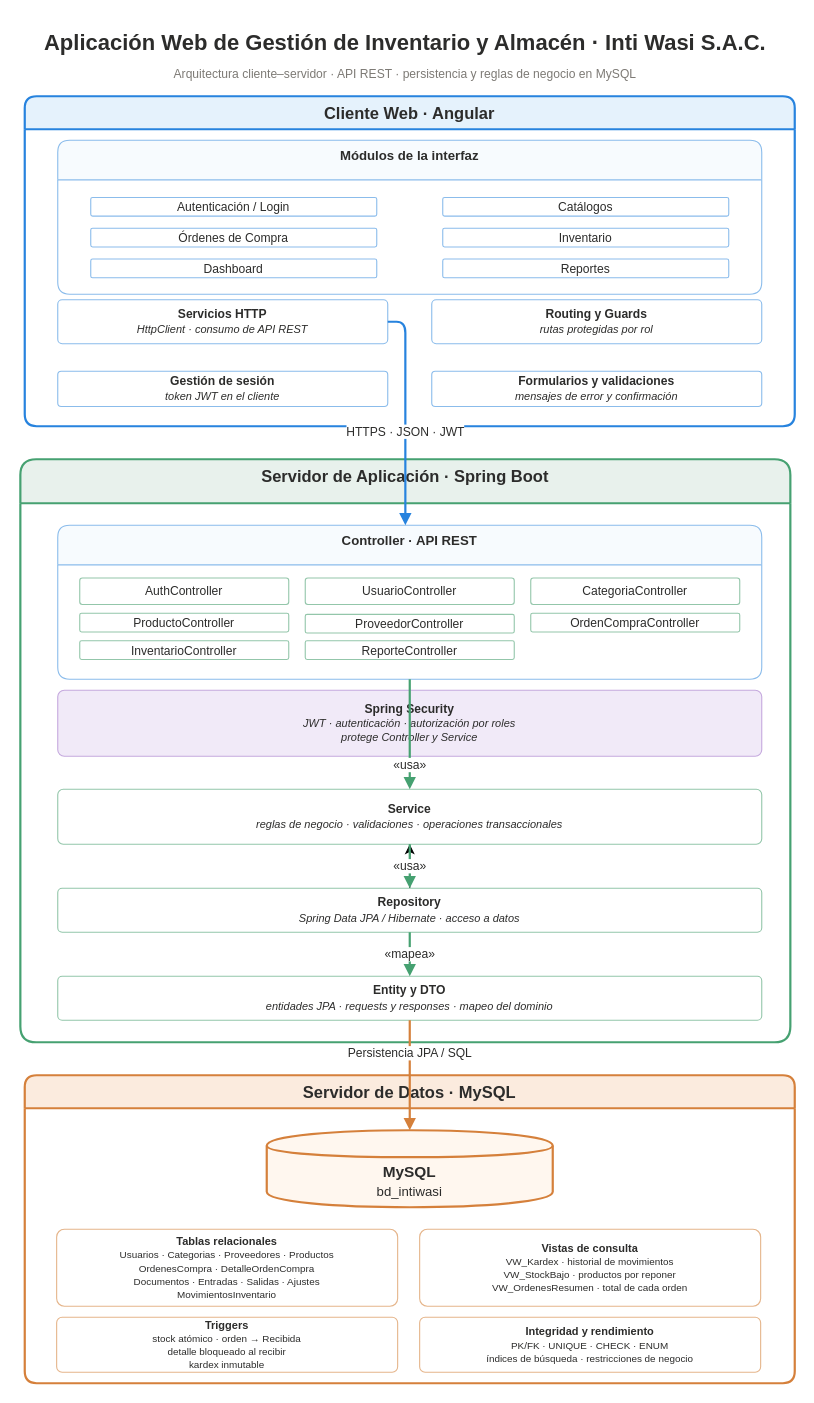
Earlier version of the draw.io diagram docs/diagramas/diagrama de paquetes/diagramas_paquetes_final.drawio (misaelandresvergaraoficial/Inti-Wasi). Source tidied: cells renumbered, new cells numbered last; positions are measured from the earlier drawing's top-left corner, leaving out a move shared by most shapes. Both pictures are drawn from the tidied source at 110%, with x=0, y=0 at pixel (20, 19).
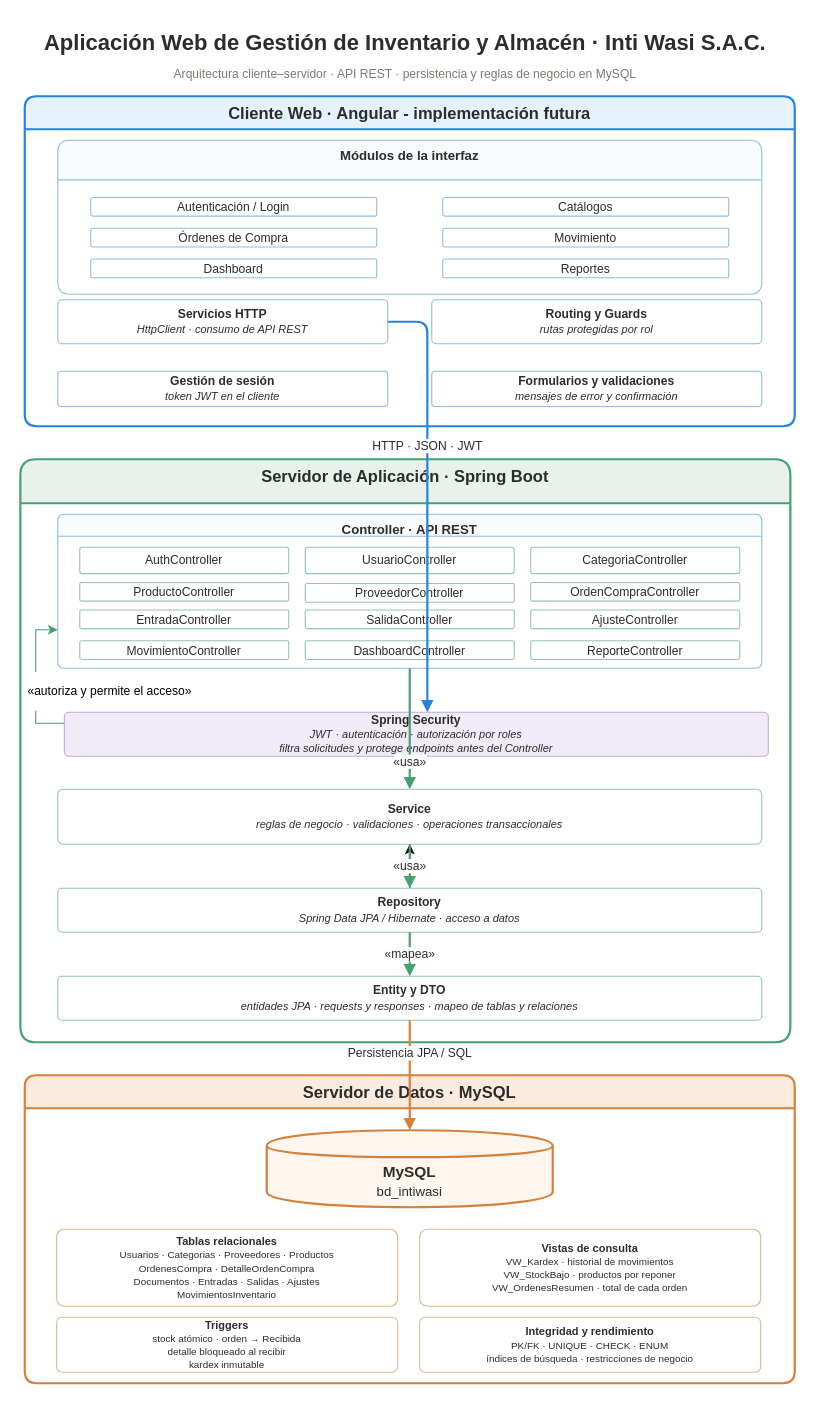
The same page after the edit.

Commit message (it also covers changes not shown here):
Documentos actualizados y diagramas finales listo para Main

Unchanged cells that the change refers to:
```xml
<mxCell id="5" value="Módulos de la interfaz" style="swimlane;startSize=36;rounded=1;arcSize=10;fillColor=#F7FBFE;strokeColor=#8BBCEB;strokeWidth=1;fontColor=#2C2C2B;fontStyle=1;fontSize=12;horizontal=1;align=center;verticalAlign=top;whiteSpace=wrap;" parent="4" vertex="1">
  <mxGeometry x="30" y="40" width="640" height="140" as="geometry" />
</mxCell>
<mxCell id="12" value="&lt;b&gt;Servicios HTTP&lt;/b&gt;&lt;br&gt;&lt;font style=&quot;font-size:10px;font-style:italic;&quot;&gt;HttpClient · consumo de API REST&lt;/font&gt;" style="rounded=1;whiteSpace=wrap;html=1;fillColor=#FFFFFF;strokeColor=#8BBCEB;fontColor=#2C2C2B;fontSize=11;spacing=8;arcSize=10;" parent="4" vertex="1">
  <mxGeometry x="30" y="185" width="300" height="40" as="geometry" />
</mxCell>
<mxCell id="16" value="Servidor de Aplicación · Spring Boot" style="swimlane;startSize=40;rounded=1;arcSize=12;fillColor=#E8F1EC;strokeColor=#46A171;strokeWidth=2;fontColor=#2C2C2B;fontStyle=1;fontSize=15;horizontal=1;align=center;verticalAlign=top;whiteSpace=wrap;" parent="1" vertex="1">
  <mxGeometry y="400" width="700" height="530" as="geometry" />
</mxCell>
<mxCell id="27" value="&lt;b&gt;Service&lt;/b&gt;&lt;br&gt;&lt;font style=&quot;font-size:10px;font-style:italic;&quot;&gt;reglas de negocio · validaciones · operaciones transaccionales&lt;/font&gt;" style="rounded=1;whiteSpace=wrap;html=1;fillColor=#FFFFFF;strokeColor=#93C6AA;fontColor=#2C2C2B;fontSize=11;spacing=8;arcSize=10;" parent="16" vertex="1">
  <mxGeometry x="34" y="300" width="640" height="50" as="geometry" />
</mxCell>
```

Change to the diagram source:
```diff
@@
-    <mxCell id="4" value="Cliente Web · Angular" style="swimlane;startSize=30;rounded=1;arcSize=12;fillColor=#E5F2FC;strokeColor=#2783DE;strokeWidth=2;fontColor=#2C2C2B;fontStyle=1;fontSize=15;horizontal=1;align=center;verticalAlign=top;whiteSpace=wrap;" parent="1" vertex="1">
+    <mxCell id="4" value="Cliente Web · Angular - implementación futura" style="swimlane;startSize=30;rounded=1;arcSize=12;fillColor=#E5F2FC;strokeColor=#2783DE;strokeWidth=2;fontColor=#2C2C2B;fontStyle=1;fontSize=15;horizontal=1;align=center;verticalAlign=top;whiteSpace=wrap;" parent="1" vertex="1">
       <mxGeometry x="4" y="70" width="700" height="300" as="geometry" />
     </mxCell>
@@
-    <mxCell id="9" value="Inventario" style="rounded=1;whiteSpace=wrap;html=1;fillColor=#FFFFFF;strokeColor=#8BBCEB;fontColor=#2C2C2B;fontSize=11;spacing=8;arcSize=10;" parent="5" vertex="1">
+    <mxCell id="9" value="Movimiento" style="rounded=1;whiteSpace=wrap;html=1;fillColor=#FFFFFF;strokeColor=#8BBCEB;fontColor=#2C2C2B;fontSize=11;spacing=8;arcSize=10;" parent="5" vertex="1">
       <mxGeometry x="350" y="80" width="260" height="17" as="geometry" />
     </mxCell>
@@
-    <mxCell id="17" value="Controller · API REST" style="swimlane;startSize=36;rounded=1;arcSize=10;fillColor=#F7FBFE;strokeColor=#8BBCEB;strokeWidth=1;fontColor=#2C2C2B;fontStyle=1;fontSize=12;horizontal=1;align=center;verticalAlign=top;whiteSpace=wrap;" parent="16" vertex="1">
-      <mxGeometry x="34" y="60" width="640" height="140" as="geometry" />
+    <mxCell id="17" value="Controller · API REST" style="swimlane;startSize=20;rounded=1;arcSize=10;fillColor=#F7FBFE;strokeColor=#8BBCEB;strokeWidth=1;fontColor=#2C2C2B;fontStyle=1;fontSize=12;horizontal=1;align=center;verticalAlign=top;whiteSpace=wrap;" parent="16" vertex="1">
+      <mxGeometry x="34" y="50" width="640" height="140" as="geometry" />
     </mxCell>
     <mxCell id="18" value="AuthController" style="rounded=1;whiteSpace=wrap;html=1;fillColor=#FFFFFF;strokeColor=#93C6AA;fontColor=#2C2C2B;fontSize=11;spacing=8;arcSize=10;" parent="17" vertex="1">
-      <mxGeometry x="20" y="48" width="190" height="24" as="geometry" />
+      <mxGeometry x="20" y="30" width="190" height="24" as="geometry" />
     </mxCell>
     <mxCell id="19" value="UsuarioController" style="rounded=1;whiteSpace=wrap;html=1;fillColor=#FFFFFF;strokeColor=#93C6AA;fontColor=#2C2C2B;fontSize=11;spacing=8;arcSize=10;" parent="17" vertex="1">
-      <mxGeometry x="225" y="48" width="190" height="24" as="geometry" />
+      <mxGeometry x="225" y="30" width="190" height="24" as="geometry" />
     </mxCell>
     <mxCell id="20" value="CategoriaController" style="rounded=1;whiteSpace=wrap;html=1;fillColor=#FFFFFF;strokeColor=#93C6AA;fontColor=#2C2C2B;fontSize=11;spacing=8;arcSize=10;" parent="17" vertex="1">
-      <mxGeometry x="430" y="48" width="190" height="24" as="geometry" />
+      <mxGeometry x="430" y="30" width="190" height="24" as="geometry" />
     </mxCell>
     <mxCell id="21" value="ProductoController" style="rounded=1;whiteSpace=wrap;html=1;fillColor=#FFFFFF;strokeColor=#93C6AA;fontColor=#2C2C2B;fontSize=11;spacing=8;arcSize=10;" parent="17" vertex="1">
-      <mxGeometry x="20" y="80" width="190" height="17" as="geometry" />
+      <mxGeometry x="20" y="62" width="190" height="17" as="geometry" />
     </mxCell>
     <mxCell id="22" value="ProveedorController" style="rounded=1;whiteSpace=wrap;html=1;fillColor=#FFFFFF;strokeColor=#93C6AA;fontColor=#2C2C2B;fontSize=11;spacing=8;arcSize=10;" parent="17" vertex="1">
-      <mxGeometry x="225" y="81" width="190" height="17" as="geometry" />
+      <mxGeometry x="225" y="63" width="190" height="17" as="geometry" />
     </mxCell>
     <mxCell id="23" value="OrdenCompraController" style="rounded=1;whiteSpace=wrap;html=1;fillColor=#FFFFFF;strokeColor=#93C6AA;fontColor=#2C2C2B;fontSize=11;spacing=8;arcSize=10;" parent="17" vertex="1">
-      <mxGeometry x="430" y="80" width="190" height="17" as="geometry" />
+      <mxGeometry x="430" y="62" width="190" height="17" as="geometry" />
     </mxCell>
-    <mxCell id="24" value="InventarioController" style="rounded=1;whiteSpace=wrap;html=1;fillColor=#FFFFFF;strokeColor=#93C6AA;fontColor=#2C2C2B;fontSize=11;spacing=8;arcSize=10;" parent="17" vertex="1">
-      <mxGeometry x="20" y="105" width="190" height="17" as="geometry" />
+    <mxCell id="24" value="EntradaController" style="rounded=1;whiteSpace=wrap;html=1;fillColor=#FFFFFF;strokeColor=#93C6AA;fontColor=#2C2C2B;fontSize=11;spacing=8;arcSize=10;" parent="17" vertex="1">
+      <mxGeometry x="20" y="87" width="190" height="17" as="geometry" />
     </mxCell>
-    <mxCell id="25" value="ReporteController" style="rounded=1;whiteSpace=wrap;html=1;fillColor=#FFFFFF;strokeColor=#93C6AA;fontColor=#2C2C2B;fontSize=11;spacing=8;arcSize=10;" parent="17" vertex="1">
-      <mxGeometry x="225" y="105" width="190" height="17" as="geometry" />
+    <mxCell id="25" value="SalidaController" style="rounded=1;whiteSpace=wrap;html=1;fillColor=#FFFFFF;strokeColor=#93C6AA;fontColor=#2C2C2B;fontSize=11;spacing=8;arcSize=10;" parent="17" vertex="1">
+      <mxGeometry x="225" y="87" width="190" height="17" as="geometry" />
     </mxCell>
+    <mxCell id="42" value="AjusteController" style="rounded=1;whiteSpace=wrap;html=1;fillColor=#FFFFFF;strokeColor=#93C6AA;fontColor=#2C2C2B;fontSize=11;spacing=8;arcSize=10;" parent="17" vertex="1">
+      <mxGeometry x="430" y="87" width="190" height="17" as="geometry" />
+    </mxCell>
+    <mxCell id="43" value="MovimientoController" style="rounded=1;whiteSpace=wrap;html=1;fillColor=#FFFFFF;strokeColor=#93C6AA;fontColor=#2C2C2B;fontSize=11;spacing=8;arcSize=10;" parent="17" vertex="1">
+      <mxGeometry x="20" y="115" width="190" height="17" as="geometry" />
+    </mxCell>
+    <mxCell id="44" value="DashboardController" style="rounded=1;whiteSpace=wrap;html=1;fillColor=#FFFFFF;strokeColor=#93C6AA;fontColor=#2C2C2B;fontSize=11;spacing=8;arcSize=10;" parent="17" vertex="1">
+      <mxGeometry x="225" y="115" width="190" height="17" as="geometry" />
+    </mxCell>
+    <mxCell id="45" value="ReporteController" style="rounded=1;whiteSpace=wrap;html=1;fillColor=#FFFFFF;strokeColor=#93C6AA;fontColor=#2C2C2B;fontSize=11;spacing=8;arcSize=10;" parent="17" vertex="1">
+      <mxGeometry x="430" y="115" width="190" height="17" as="geometry" />
+    </mxCell>
+    <mxCell id="46" style="edgeStyle=orthogonalEdgeStyle;rounded=0;jettySize=auto;html=1;exitX=0;exitY=0.25;exitDx=0;exitDy=0;entryX=0;entryY=0.75;entryDx=0;entryDy=0;strokeColor=#46A171;" parent="16" edge="1" source="26" target="17">
+      <mxGeometry relative="1" as="geometry" />
+    </mxCell>
+    <mxCell id="47" value="&lt;p&gt;«autoriza y permite el acceso»&lt;/p&gt;&lt;p&gt;&lt;/p&gt;" style="edgeLabel;html=1;align=center;verticalAlign=middle;" parent="46" vertex="1">
+      <mxGeometry x="-0.06" relative="1" as="geometry">
+        <mxPoint x="66" y="6" as="offset" />
+      </mxGeometry>
+    </mxCell>
-    <mxCell id="26" value="&lt;b&gt;Spring Security&lt;/b&gt;&lt;br&gt;&lt;font style=&quot;font-size:10px;font-style:italic;&quot;&gt;JWT · autenticación · autorización por roles&lt;br&gt;protege Controller y Service&lt;/font&gt;" style="rounded=1;whiteSpace=wrap;html=1;fillColor=#F1EAF8;strokeColor=#C5A9DE;fontColor=#2C2C2B;fontSize=11;spacing=8;arcSize=10;" parent="16" vertex="1">
-      <mxGeometry x="34" y="210" width="640" height="60" as="geometry" />
+    <mxCell id="26" value="&lt;b&gt;Spring Security&lt;/b&gt;&lt;br&gt;&lt;font style=&quot;font-size:10px;font-style:italic;&quot;&gt;JWT · autenticación · autorización por roles&lt;br&gt;filtra solicitudes y protege endpoints antes del Controller&lt;/font&gt;" style="rounded=1;whiteSpace=wrap;html=1;fillColor=#F1EAF8;strokeColor=#C5A9DE;fontColor=#2C2C2B;fontSize=11;spacing=8;arcSize=10;" parent="16" vertex="1">
+      <mxGeometry x="40" y="230" width="640" height="40" as="geometry" />
     </mxCell>
@@
-    <mxCell id="30" value="&lt;b&gt;Entity y DTO&lt;/b&gt;&lt;br&gt;&lt;font style=&quot;font-size:10px;font-style:italic;&quot;&gt;entidades JPA · requests y responses · mapeo del dominio&lt;/font&gt;" style="rounded=1;whiteSpace=wrap;html=1;fillColor=#FFFFFF;strokeColor=#93C6AA;fontColor=#2C2C2B;fontSize=11;spacing=8;arcSize=10;" parent="16" vertex="1">
+    <mxCell id="30" value="&lt;b&gt;Entity y DTO&lt;/b&gt;&lt;br&gt;&lt;font style=&quot;font-size:10px;font-style:italic;&quot;&gt;entidades JPA · requests y responses · mapeo de tablas y relaciones&lt;/font&gt;" style="rounded=1;whiteSpace=wrap;html=1;fillColor=#FFFFFF;strokeColor=#93C6AA;fontColor=#2C2C2B;fontSize=11;spacing=8;arcSize=10;" parent="16" vertex="1">
       <mxGeometry x="34" y="470" width="640" height="40" as="geometry" />
     </mxCell>
@@
-    <mxCell id="37" value="HTTPS · JSON · JWT" style="edgeStyle=orthogonalEdgeStyle;rounded=1;jettySize=auto;html=1;strokeColor=#2783DE;strokeWidth=2;endArrow=block;endFill=1;fontColor=#2C2C2B;fontSize=11;labelBackgroundColor=#FFFFFF;" parent="1" edge="1" source="12" target="17">
-      <mxGeometry x="0.15" relative="1" as="geometry">
+    <mxCell id="37" value="HTTP · JSON · JWT" style="edgeStyle=orthogonalEdgeStyle;rounded=1;jettySize=auto;html=1;strokeColor=#2783DE;strokeWidth=2;endArrow=block;endFill=1;fontColor=#2C2C2B;fontSize=11;labelBackgroundColor=#FFFFFF;" parent="1" edge="1" source="12" target="26">
+      <mxGeometry x="-0.24" relative="1" as="geometry">
         <Array as="points">
-          <mxPoint x="350" y="275" />
+          <mxPoint x="370" y="275" />
         </Array>
       </mxGeometry>
     </mxCell>
     <mxCell id="38" value="«usa»" style="edgeStyle=orthogonalEdgeStyle;rounded=1;jettySize=auto;html=1;strokeColor=#46A171;strokeWidth=2;endArrow=block;endFill=1;fontColor=#2C2C2B;fontSize=11;labelBackgroundColor=#FFFFFF;" parent="1" edge="1" source="17" target="27">
-      <mxGeometry x="0.56" relative="1" as="geometry" />
+      <mxGeometry x="0.55" relative="1" as="geometry" />
     </mxCell>
```
